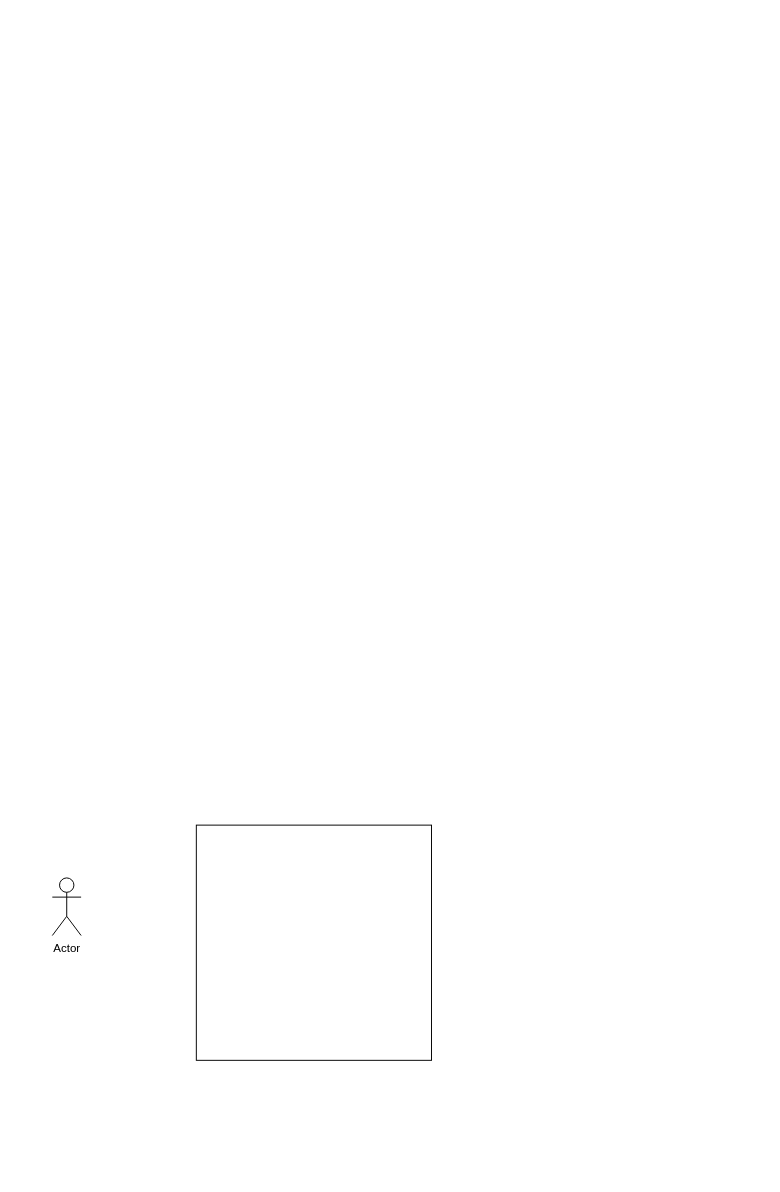
This is Unbenanntes Diagramm.drawio from VolkanKoehle/teile-css, a draw.io file, before an edit. Source tidied: cells renumbered, new cells numbered last; positions are measured from the earlier drawing's top-left corner, leaving out a move shared by most shapes. Both pictures are drawn from the tidied source at 96%, with x=0, y=0 at pixel (52, 825).
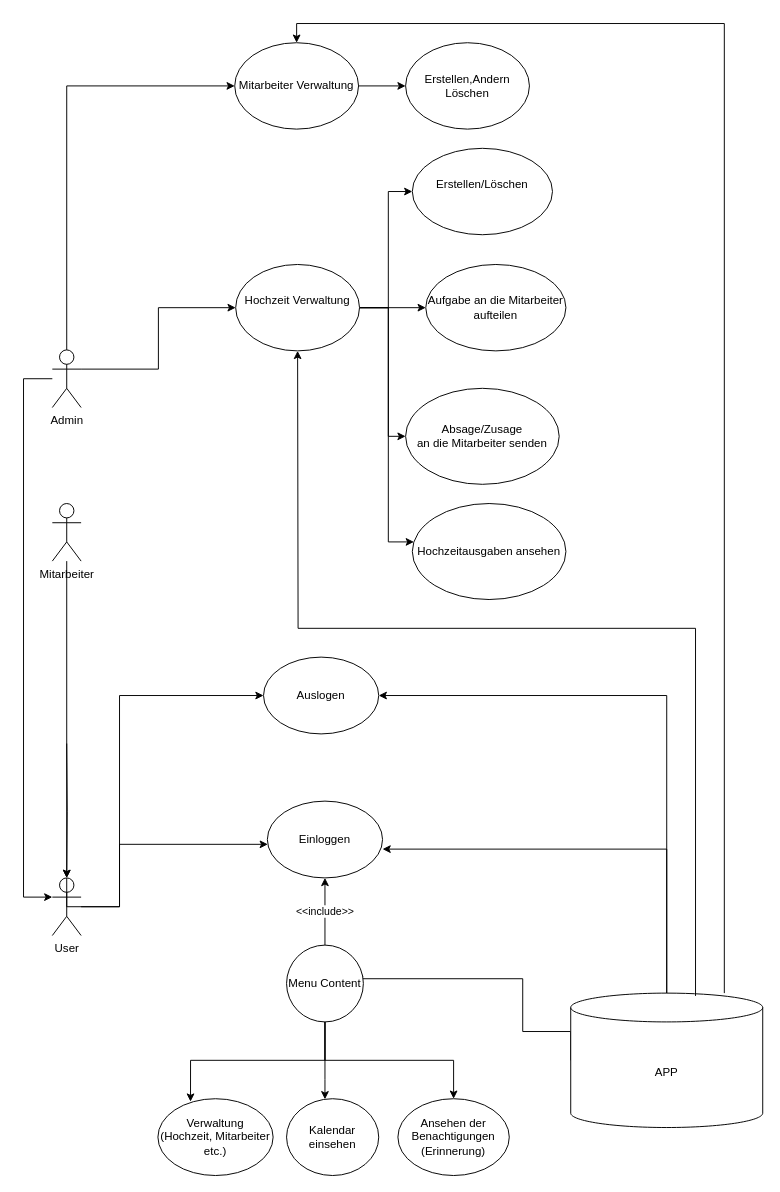
The same page after the edit.

Commit message:
Hochzeit-App-Use-Case

Change to the diagram source:
```diff
@@
+    <mxCell id="4" style="edgeStyle=orthogonalEdgeStyle;rounded=0;jettySize=auto;html=1;" parent="1" edge="1" source="2" target="17">
+      <mxGeometry relative="1" as="geometry">
+        <Array as="points">
+          <mxPoint x="70" y="85" />
+          <mxPoint x="70" y="20" />
+        </Array>
+      </mxGeometry>
+    </mxCell>
-    <mxCell id="2" value="Actor" style="shape=umlActor;verticalLabelPosition=bottom;verticalAlign=top;html=1;outlineConnect=0;" parent="1" vertex="1">
+    <mxCell id="2" value="User" style="shape=umlActor;verticalLabelPosition=bottom;verticalAlign=top;html=1;outlineConnect=0;" parent="1" vertex="1">
       <mxGeometry y="55" width="30" height="60" as="geometry" />
     </mxCell>
-    <mxCell id="3" style="whiteSpace=wrap;html=1;" parent="1" vertex="1">
-      <mxGeometry x="150" width="245" height="245" as="geometry" />
-    </mxCell>
+    <mxCell id="5" style="edgeStyle=orthogonalEdgeStyle;rounded=0;jettySize=auto;html=1;exitX=0;exitY=0.5;exitDx=0;exitDy=0;exitPerimeter=0;entryX=0.95;entryY=0.313;entryDx=0;entryDy=0;entryPerimeter=0;" parent="1" edge="1" source="8" target="20">
+      <mxGeometry relative="1" as="geometry">
+        <Array as="points">
+          <mxPoint x="490" y="215" />
+          <mxPoint x="490" y="160" />
+        </Array>
+      </mxGeometry>
+    </mxCell>
+    <mxCell id="6" style="edgeStyle=orthogonalEdgeStyle;rounded=0;jettySize=auto;html=1;exitX=0.5;exitY=0;exitDx=0;exitDy=0;exitPerimeter=0;entryX=1;entryY=0.5;entryDx=0;entryDy=0;" parent="1" edge="1" source="8" target="24">
+      <mxGeometry relative="1" as="geometry" />
+    </mxCell>
+    <mxCell id="7" style="edgeStyle=orthogonalEdgeStyle;rounded=0;jettySize=auto;html=1;entryX=0.5;entryY=0;entryDx=0;entryDy=0;" parent="1" edge="1" source="8" target="38">
+      <mxGeometry relative="1" as="geometry">
+        <Array as="points">
+          <mxPoint x="700" y="-835" />
+          <mxPoint x="255" y="-835" />
+        </Array>
+      </mxGeometry>
+    </mxCell>
+    <mxCell id="8" value="APP" style="shape=cylinder3;whiteSpace=wrap;html=1;boundedLbl=1;backgroundOutline=1;size=15;" parent="1" vertex="1">
+      <mxGeometry x="540" y="175" width="200" height="140" as="geometry" />
+    </mxCell>
+    <mxCell id="9" style="edgeStyle=orthogonalEdgeStyle;rounded=0;jettySize=auto;html=1;entryX=0.5;entryY=0;entryDx=0;entryDy=0;entryPerimeter=0;" parent="1" edge="1" target="2">
+      <mxGeometry relative="1" as="geometry">
+        <mxPoint x="15" y="-85" as="sourcePoint" />
+      </mxGeometry>
+    </mxCell>
+    <mxCell id="10" style="edgeStyle=orthogonalEdgeStyle;rounded=0;jettySize=auto;html=1;entryX=0;entryY=0.3333333333333333;entryDx=0;entryDy=0;entryPerimeter=0;" parent="1" edge="1" source="13" target="2">
+      <mxGeometry relative="1" as="geometry">
+        <Array as="points">
+          <mxPoint x="-30" y="-465" />
+          <mxPoint x="-30" y="75" />
+        </Array>
+      </mxGeometry>
+    </mxCell>
+    <mxCell id="11" style="edgeStyle=orthogonalEdgeStyle;rounded=0;jettySize=auto;html=1;exitX=1;exitY=0.3333333333333333;exitDx=0;exitDy=0;exitPerimeter=0;" parent="1" edge="1" source="13" target="33">
+      <mxGeometry relative="1" as="geometry" />
+    </mxCell>
+    <mxCell id="12" style="edgeStyle=orthogonalEdgeStyle;rounded=0;jettySize=auto;html=1;exitX=0.5;exitY=0;exitDx=0;exitDy=0;exitPerimeter=0;entryX=0;entryY=0.5;entryDx=0;entryDy=0;" parent="1" edge="1" source="13" target="38">
+      <mxGeometry relative="1" as="geometry" />
+    </mxCell>
+    <mxCell id="13" value="Admin" style="shape=umlActor;verticalLabelPosition=bottom;verticalAlign=top;html=1;outlineConnect=0;" parent="1" vertex="1">
+      <mxGeometry y="-495" width="30" height="60" as="geometry" />
+    </mxCell>
+    <mxCell id="14" style="edgeStyle=orthogonalEdgeStyle;rounded=0;jettySize=auto;html=1;" parent="1" edge="1" source="20" target="15">
+      <mxGeometry relative="1" as="geometry">
+        <Array as="points">
+          <mxPoint x="284" y="265" />
+          <mxPoint x="284" y="265" />
+        </Array>
+      </mxGeometry>
+    </mxCell>
+    <mxCell id="15" value="Kalendar einsehen" style="ellipse;whiteSpace=wrap;html=1;" parent="1" vertex="1">
+      <mxGeometry x="244" y="285" width="96" height="80" as="geometry" />
+    </mxCell>
+    <mxCell id="16" value="&lt;div&gt;Verwaltung&lt;/div&gt;(Hochzeit, Mitarbeiter etc.)" style="ellipse;whiteSpace=wrap;html=1;" parent="1" vertex="1">
+      <mxGeometry x="110" y="285" width="120" height="80" as="geometry" />
+    </mxCell>
+    <mxCell id="17" value="Einloggen" style="ellipse;whiteSpace=wrap;html=1;" parent="1" vertex="1">
+      <mxGeometry x="224" y="-25" width="120" height="80" as="geometry" />
+    </mxCell>
+    <mxCell id="18" value="&lt;div&gt;&amp;lt;&amp;lt;include&amp;gt;&amp;gt;&lt;/div&gt;" style="edgeStyle=orthogonalEdgeStyle;rounded=0;jettySize=auto;html=1;" parent="1" edge="1" source="20" target="17">
+      <mxGeometry relative="1" as="geometry" />
+    </mxCell>
+    <mxCell id="19" style="edgeStyle=orthogonalEdgeStyle;rounded=0;jettySize=auto;html=1;exitX=0.5;exitY=1;exitDx=0;exitDy=0;entryX=0.283;entryY=0.038;entryDx=0;entryDy=0;entryPerimeter=0;" parent="1" edge="1" source="20" target="16">
+      <mxGeometry relative="1" as="geometry">
+        <Array as="points">
+          <mxPoint x="284" y="245" />
+          <mxPoint x="144" y="245" />
+        </Array>
+      </mxGeometry>
+    </mxCell>
+    <mxCell id="20" value="Menu Content" style="ellipse;whiteSpace=wrap;html=1;" parent="1" vertex="1">
+      <mxGeometry x="244" y="125" width="80" height="80" as="geometry" />
+    </mxCell>
+    <mxCell id="21" style="edgeStyle=orthogonalEdgeStyle;rounded=0;jettySize=auto;html=1;" parent="1" edge="1" source="20" target="22">
+      <mxGeometry relative="1" as="geometry">
+        <Array as="points">
+          <mxPoint x="284" y="245" />
+          <mxPoint x="418" y="245" />
+        </Array>
+      </mxGeometry>
+    </mxCell>
+    <mxCell id="22" value="&lt;div&gt;Ansehen der Benachtigungen&lt;/div&gt;&lt;div&gt;(Erinnerung)&lt;br&gt;&lt;/div&gt;" style="ellipse;whiteSpace=wrap;html=1;" parent="1" vertex="1">
+      <mxGeometry x="360" y="285" width="116" height="80" as="geometry" />
+    </mxCell>
+    <mxCell id="23" style="edgeStyle=orthogonalEdgeStyle;rounded=0;jettySize=auto;html=1;exitX=0.5;exitY=0;exitDx=0;exitDy=0;exitPerimeter=0;entryX=1;entryY=0.625;entryDx=0;entryDy=0;entryPerimeter=0;" parent="1" edge="1" source="8" target="17">
+      <mxGeometry relative="1" as="geometry" />
+    </mxCell>
+    <mxCell id="24" value="Auslogen" style="ellipse;whiteSpace=wrap;html=1;" parent="1" vertex="1">
+      <mxGeometry x="220" y="-175" width="120" height="80" as="geometry" />
+    </mxCell>
+    <mxCell id="25" style="edgeStyle=orthogonalEdgeStyle;rounded=0;jettySize=auto;html=1;" parent="1" edge="1" source="26" target="2">
+      <mxGeometry relative="1" as="geometry" />
+    </mxCell>
+    <mxCell id="26" value="Mitarbeiter" style="shape=umlActor;verticalLabelPosition=bottom;verticalAlign=top;html=1;outlineConnect=0;" parent="1" vertex="1">
+      <mxGeometry y="-335" width="30" height="60" as="geometry" />
+    </mxCell>
+    <mxCell id="27" style="edgeStyle=orthogonalEdgeStyle;rounded=0;jettySize=auto;html=1;exitX=0.5;exitY=0;exitDx=0;exitDy=0;exitPerimeter=0;" parent="1" edge="1" source="2">
+      <mxGeometry relative="1" as="geometry">
+        <mxPoint x="220" y="-135" as="targetPoint" />
+        <Array as="points">
+          <mxPoint x="15" y="85" />
+          <mxPoint x="70" y="85" />
+          <mxPoint x="70" y="-135" />
+        </Array>
+      </mxGeometry>
+    </mxCell>
+    <mxCell id="28" style="edgeStyle=orthogonalEdgeStyle;rounded=0;jettySize=auto;html=1;entryX=0;entryY=0.5;entryDx=0;entryDy=0;" parent="1" edge="1" source="33" target="35">
+      <mxGeometry relative="1" as="geometry">
+        <Array as="points">
+          <mxPoint x="350" y="-539" />
+          <mxPoint x="350" y="-660" />
+        </Array>
+      </mxGeometry>
+    </mxCell>
+    <mxCell id="29" style="edgeStyle=orthogonalEdgeStyle;rounded=0;jettySize=auto;html=1;entryX=0;entryY=0.5;entryDx=0;entryDy=0;" parent="1" edge="1" source="33" target="34">
+      <mxGeometry relative="1" as="geometry">
+        <Array as="points">
+          <mxPoint x="350" y="-539" />
+          <mxPoint x="350" y="-405" />
+        </Array>
+      </mxGeometry>
+    </mxCell>
+    <mxCell id="30" style="edgeStyle=orthogonalEdgeStyle;rounded=0;jettySize=auto;html=1;" parent="1" edge="1" source="33" target="39">
+      <mxGeometry relative="1" as="geometry">
+        <Array as="points">
+          <mxPoint x="350" y="-539" />
+          <mxPoint x="350" y="-295" />
+        </Array>
+      </mxGeometry>
+    </mxCell>
+    <mxCell id="31" style="edgeStyle=orthogonalEdgeStyle;rounded=0;jettySize=auto;html=1;exitX=1;exitY=0.5;exitDx=0;exitDy=0;entryX=0;entryY=0.5;entryDx=0;entryDy=0;" parent="1" edge="1" source="33" target="36">
+      <mxGeometry relative="1" as="geometry" />
+    </mxCell>
+    <mxCell id="32" style="edgeStyle=orthogonalEdgeStyle;rounded=0;jettySize=auto;html=1;exitX=0.65;exitY=0.021;exitDx=0;exitDy=0;exitPerimeter=0;" parent="1" edge="1" source="8" target="33">
+      <mxGeometry relative="1" as="geometry">
+        <Array as="points">
+          <mxPoint x="670" y="-205" />
+          <mxPoint x="256" y="-205" />
+        </Array>
+      </mxGeometry>
+    </mxCell>
+    <mxCell id="33" value="&lt;div&gt;Hochzeit Verwaltung&lt;/div&gt;&lt;div&gt;&lt;br&gt;&lt;/div&gt;" style="ellipse;whiteSpace=wrap;html=1;" parent="1" vertex="1">
+      <mxGeometry x="191" y="-584" width="129" height="90" as="geometry" />
+    </mxCell>
+    <mxCell id="34" value="&lt;div&gt;Absage/Zusage&lt;/div&gt;&lt;div&gt;an die Mitarbeiter senden&lt;br&gt;&lt;/div&gt;" style="ellipse;whiteSpace=wrap;html=1;" parent="1" vertex="1">
+      <mxGeometry x="368" y="-455" width="160" height="100" as="geometry" />
+    </mxCell>
+    <mxCell id="35" value="&lt;div&gt;Erstellen/Löschen&lt;/div&gt;&lt;div&gt;&lt;br&gt;&lt;/div&gt;" style="ellipse;whiteSpace=wrap;html=1;" parent="1" vertex="1">
+      <mxGeometry x="375" y="-705" width="146" height="90" as="geometry" />
+    </mxCell>
+    <mxCell id="36" value="Aufgabe an die Mitarbeiter aufteilen" style="ellipse;whiteSpace=wrap;html=1;" parent="1" vertex="1">
+      <mxGeometry x="389" y="-584" width="146" height="90" as="geometry" />
+    </mxCell>
+    <mxCell id="37" style="edgeStyle=orthogonalEdgeStyle;rounded=0;jettySize=auto;html=1;exitX=1;exitY=0.5;exitDx=0;exitDy=0;" parent="1" edge="1" source="38" target="40">
+      <mxGeometry relative="1" as="geometry" />
+    </mxCell>
+    <mxCell id="38" value="Mitarbeiter Verwaltung" style="ellipse;whiteSpace=wrap;html=1;" parent="1" vertex="1">
+      <mxGeometry x="190" y="-815" width="129" height="90" as="geometry" />
+    </mxCell>
+    <mxCell id="39" value="Hochzeitausgaben ansehen" style="ellipse;whiteSpace=wrap;html=1;" parent="1" vertex="1">
+      <mxGeometry x="375" y="-335" width="160" height="100" as="geometry" />
+    </mxCell>
+    <mxCell id="40" value="Erstellen,Andern Löschen" style="ellipse;whiteSpace=wrap;html=1;" parent="1" vertex="1">
+      <mxGeometry x="368" y="-815" width="129" height="90" as="geometry" />
+    </mxCell>
```
